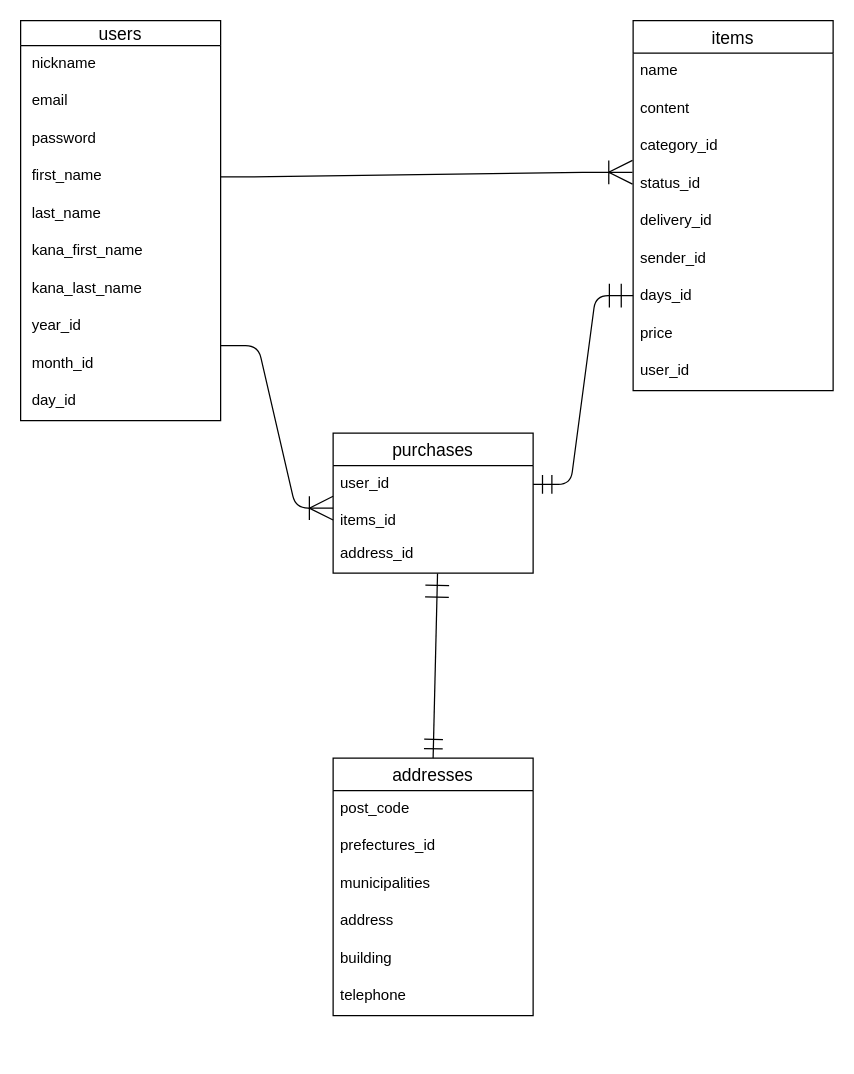
The draw.io diagram furima.dio in YuyaAbe0331/furima-39120, before the edit. Source tidied: cells renumbered, new cells numbered last; positions are measured from the earlier drawing's top-left corner, leaving out a move shared by most shapes. Both pictures are drawn from the tidied source at 125%, with x=0, y=0 at pixel (20, 20).
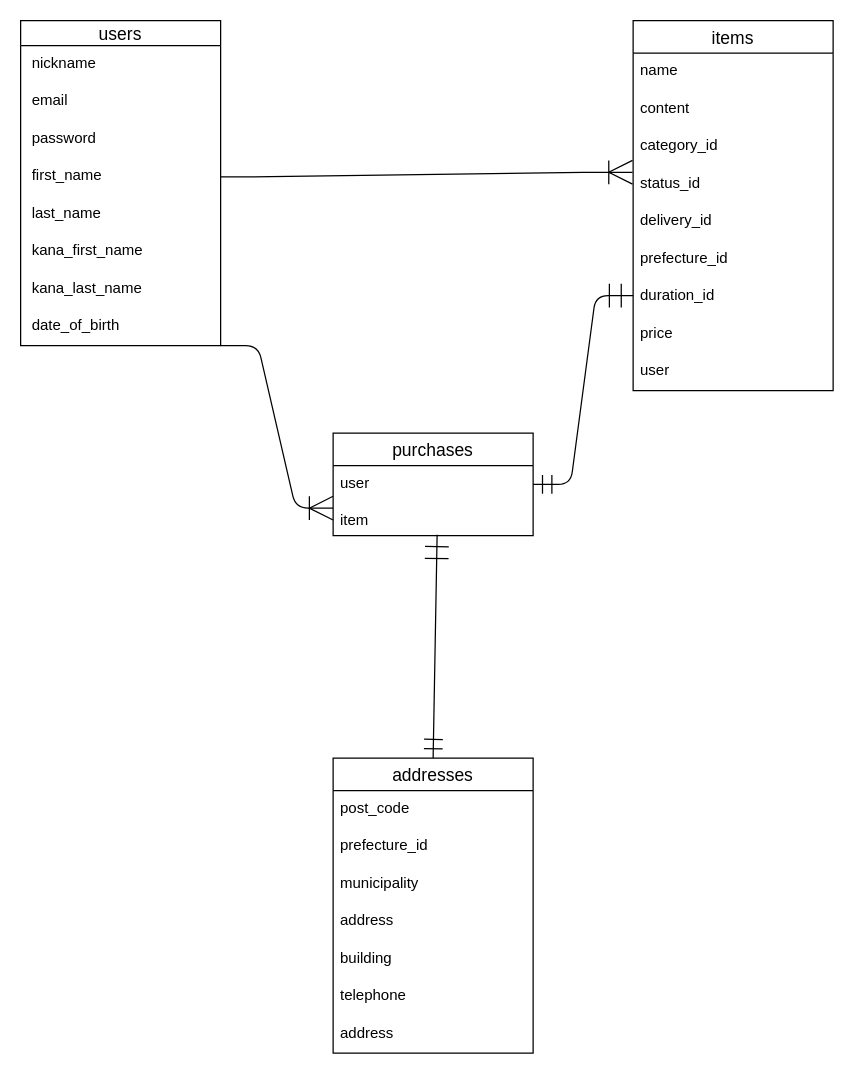
After the change.

Commit message (it also covers changes not shown here):
readmeとER図の修正

The change refers to these unchanged cells:
```xml
<mxCell id="13" value="items" style="swimlane;fontStyle=0;horizontal=1;startSize=26;align=center;fontSize=14;" parent="1" vertex="1">
  <mxGeometry x="490" width="160" height="296" as="geometry" />
</mxCell>
```

The edit, as a diff of the source:
```diff
@@
     <mxCell id="2" value="users" style="swimlane;fontStyle=0;horizontal=1;startSize=20;align=center;fontSize=14;" parent="1" vertex="1">
-      <mxGeometry width="160" height="320" as="geometry" />
+      <mxGeometry width="160" height="260" as="geometry" />
     </mxCell>
@@
-    <mxCell id="10" value=" year_id" style="text;strokeColor=none;fillColor=none;spacingLeft=4;spacingRight=4;overflow=hidden;fontSize=12;" parent="2" vertex="1">
+    <mxCell id="10" value=" date_of_birth" style="text;strokeColor=none;fillColor=none;spacingLeft=4;spacingRight=4;overflow=hidden;fontSize=12;" parent="2" vertex="1">
       <mxGeometry y="230" width="160" height="30" as="geometry" />
     </mxCell>
-    <mxCell id="11" value=" month_id" style="text;strokeColor=none;fillColor=none;spacingLeft=4;spacingRight=4;overflow=hidden;fontSize=12;" parent="2" vertex="1">
-      <mxGeometry y="260" width="160" height="30" as="geometry" />
-    </mxCell>
-    <mxCell id="12" value=" day_id" style="text;strokeColor=none;fillColor=none;spacingLeft=4;spacingRight=4;overflow=hidden;fontSize=12;" parent="2" vertex="1">
-      <mxGeometry y="290" width="160" height="30" as="geometry" />
-    </mxCell>
@@
-    <mxCell id="19" value="sender_id" style="text;strokeColor=none;fillColor=none;spacingLeft=4;spacingRight=4;overflow=hidden;fontSize=12;" parent="13" vertex="1">
+    <mxCell id="19" value="prefecture_id" style="text;strokeColor=none;fillColor=none;spacingLeft=4;spacingRight=4;overflow=hidden;fontSize=12;" parent="13" vertex="1">
       <mxGeometry y="176" width="160" height="30" as="geometry" />
     </mxCell>
-    <mxCell id="20" value="days_id" style="text;strokeColor=none;fillColor=none;spacingLeft=4;spacingRight=4;overflow=hidden;fontSize=12;" parent="13" vertex="1">
+    <mxCell id="20" value="duration_id" style="text;strokeColor=none;fillColor=none;spacingLeft=4;spacingRight=4;overflow=hidden;fontSize=12;" parent="13" vertex="1">
       <mxGeometry y="206" width="160" height="30" as="geometry" />
     </mxCell>
@@
-    <mxCell id="22" value="user_id" style="text;strokeColor=none;fillColor=none;spacingLeft=4;spacingRight=4;overflow=hidden;fontSize=12;" parent="13" vertex="1">
+    <mxCell id="22" value="user" style="text;strokeColor=none;fillColor=none;spacingLeft=4;spacingRight=4;overflow=hidden;fontSize=12;" parent="13" vertex="1">
       <mxGeometry y="266" width="160" height="30" as="geometry" />
     </mxCell>
@@
     <mxCell id="24" value="addresses" style="swimlane;fontStyle=0;horizontal=1;startSize=26;align=center;fontSize=14;" parent="1" vertex="1">
-      <mxGeometry x="250" y="590" width="160" height="206" as="geometry" />
+      <mxGeometry x="250" y="590" width="160" height="236" as="geometry" />
     </mxCell>
@@
-    <mxCell id="26" value="prefectures_id" style="text;strokeColor=none;fillColor=none;spacingLeft=4;spacingRight=4;overflow=hidden;fontSize=12;" parent="24" vertex="1">
+    <mxCell id="26" value="prefecture_id" style="text;strokeColor=none;fillColor=none;spacingLeft=4;spacingRight=4;overflow=hidden;fontSize=12;" parent="24" vertex="1">
       <mxGeometry y="56" width="160" height="30" as="geometry" />
     </mxCell>
-    <mxCell id="27" value="municipalities" style="text;strokeColor=none;fillColor=none;spacingLeft=4;spacingRight=4;overflow=hidden;fontSize=12;" parent="24" vertex="1">
+    <mxCell id="27" value="municipality" style="text;strokeColor=none;fillColor=none;spacingLeft=4;spacingRight=4;overflow=hidden;fontSize=12;" parent="24" vertex="1">
       <mxGeometry y="86" width="160" height="30" as="geometry" />
     </mxCell>
@@
+    <mxCell id="34" value="address" style="text;strokeColor=none;fillColor=none;spacingLeft=4;spacingRight=4;overflow=hidden;points=[[0,0.5],[1,0.5]];portConstraint=eastwest;fontSize=12;" parent="24" vertex="1">
+      <mxGeometry y="206" width="160" height="30" as="geometry" />
+    </mxCell>
     <mxCell id="31" value="purchases" style="swimlane;fontStyle=0;horizontal=1;startSize=26;align=center;fontSize=14;" parent="1" vertex="1">
-      <mxGeometry x="250" y="330" width="160" height="112" as="geometry" />
+      <mxGeometry x="250" y="330" width="160" height="82" as="geometry" />
     </mxCell>
-    <mxCell id="32" value="user_id" style="text;strokeColor=none;fillColor=none;spacingLeft=4;spacingRight=4;overflow=hidden;points=[[0,0.5],[1,0.5]];portConstraint=eastwest;fontSize=12;" parent="31" vertex="1">
+    <mxCell id="32" value="user" style="text;strokeColor=none;fillColor=none;spacingLeft=4;spacingRight=4;overflow=hidden;points=[[0,0.5],[1,0.5]];portConstraint=eastwest;fontSize=12;" parent="31" vertex="1">
       <mxGeometry y="26" width="160" height="30" as="geometry" />
     </mxCell>
-    <mxCell id="33" value="items_id" style="text;strokeColor=none;fillColor=none;spacingLeft=4;spacingRight=4;overflow=hidden;points=[[0,0.5],[1,0.5]];portConstraint=eastwest;fontSize=12;" parent="31" vertex="1">
+    <mxCell id="33" value="item" style="text;strokeColor=none;fillColor=none;spacingLeft=4;spacingRight=4;overflow=hidden;points=[[0,0.5],[1,0.5]];portConstraint=eastwest;fontSize=12;" parent="31" vertex="1">
       <mxGeometry y="56" width="160" height="26" as="geometry" />
     </mxCell>
-    <mxCell id="34" value="address_id" style="text;strokeColor=none;fillColor=none;spacingLeft=4;spacingRight=4;overflow=hidden;points=[[0,0.5],[1,0.5]];portConstraint=eastwest;fontSize=12;" parent="31" vertex="1">
-      <mxGeometry y="82" width="160" height="30" as="geometry" />
-    </mxCell>
@@
-    <mxCell id="37" style="fontSize=12;html=1;endArrow=ERmandOne;startArrow=ERmandOne;startSize=13;endSize=17;jumpStyle=none;exitX=0.5;exitY=0;exitDx=0;exitDy=0;entryX=0.522;entryY=1.008;entryDx=0;entryDy=0;entryPerimeter=0;" parent="1" edge="1" source="24" target="34">
+    <mxCell id="37" style="fontSize=12;html=1;endArrow=ERmandOne;startArrow=ERmandOne;startSize=13;endSize=17;jumpStyle=none;exitX=0.5;exitY=0;exitDx=0;exitDy=0;entryX=0.52;entryY=0.974;entryDx=0;entryDy=0;entryPerimeter=0;" parent="1" edge="1" source="24" target="33">
       <mxGeometry relative="1" as="geometry" />
     </mxCell>
```
